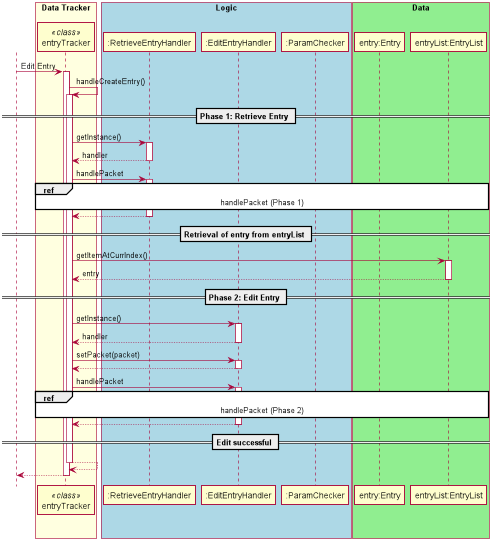
Earlier version of the PlantUML export docs/uml_images/images_updated/entryTrackerEditEntrySeqDiagram1.png (nus-cs2113-AY2021S1/tp).
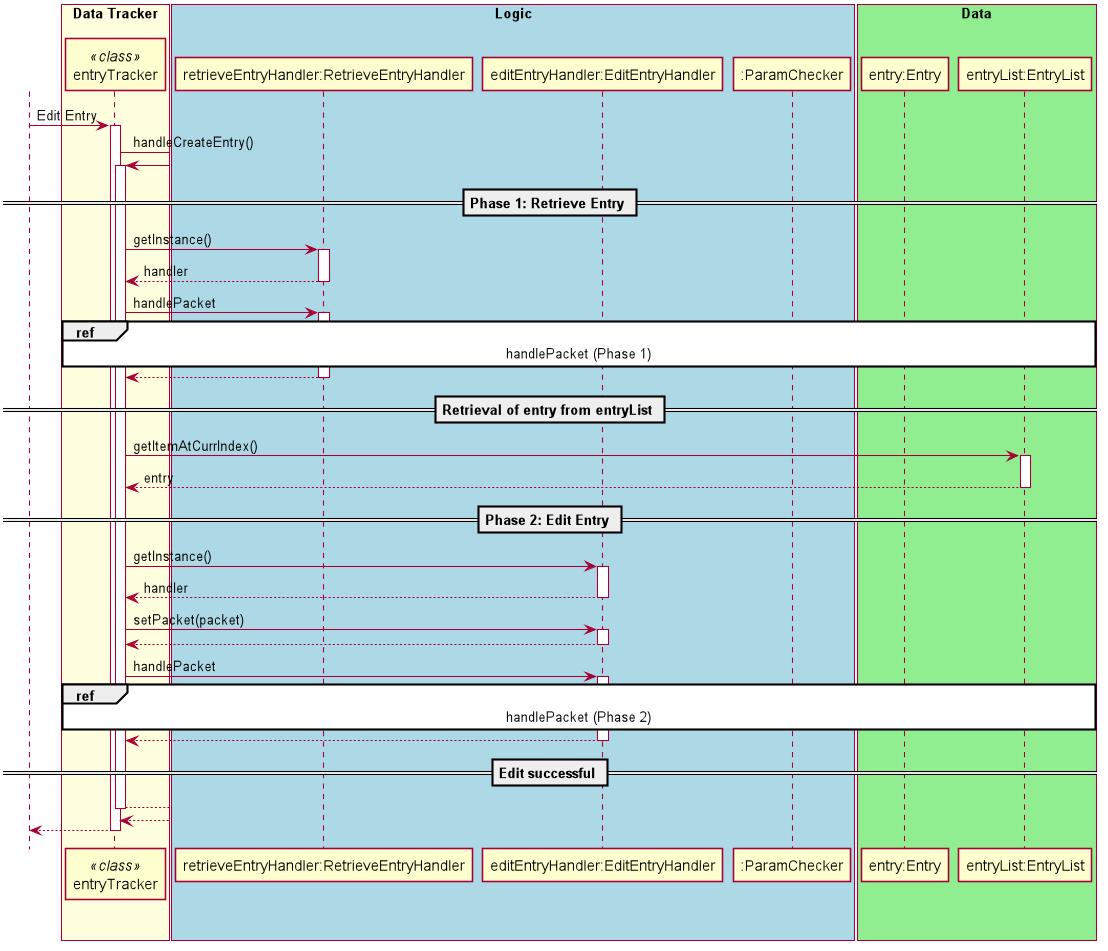
After the change.

The edit, as a diff of the source:
```diff
@@ -18,8 +18,8 @@
 endBox
 
 box "Logic" #LightBlue
-participant ":RetrieveEntryHandler"
-participant ":EditEntryHandler"
+participant "retrieveEntryHandler:RetrieveEntryHandler"
+participant "editEntryHandler:EditEntryHandler"
 participant ":ParamChecker"
 endBox
 
@@ -32,11 +32,11 @@
 
 entryTracker ->entryTracker: handleCreateEntry()
     == Phase 1: Retrieve Entry ==
-   entryTracker-> ":RetrieveEntryHandler" : getInstance()
+   entryTracker-> "retrieveEntryHandler:RetrieveEntryHandler" : getInstance()
     return handler
 
-       entryTracker-> ":RetrieveEntryHandler" : handlePacket
-            ref over entryTracker, ":RetrieveEntryHandler", ":ParamChecker","entryList:EntryList" : handlePacket (Phase 1)
+       entryTracker-> "retrieveEntryHandler:RetrieveEntryHandler" : handlePacket
+            ref over entryTracker, "retrieveEntryHandler:RetrieveEntryHandler", ":ParamChecker","entryList:EntryList" : handlePacket (Phase 1)
 
        return
 
@@ -45,12 +45,12 @@
     return entry
 
     == Phase 2: Edit Entry ==
-       entryTracker-> ":EditEntryHandler" : getInstance()
+       entryTracker-> "editEntryHandler:EditEntryHandler" : getInstance()
         return handler
-        entryTracker -> ":EditEntryHandler" : setPacket(packet)
+        entryTracker -> "editEntryHandler:EditEntryHandler" : setPacket(packet)
         return
-        entryTracker -> ":EditEntryHandler" : handlePacket
-                        ref over entryTracker, ":RetrieveEntryHandler", ":ParamChecker","entryList:EntryList" : handlePacket (Phase 2)
+        entryTracker -> "editEntryHandler:EditEntryHandler" : handlePacket
+                        ref over entryTracker, "retrieveEntryHandler:RetrieveEntryHandler", ":ParamChecker","entryList:EntryList" : handlePacket (Phase 2)
 
         return
    == Edit successful ==
```
